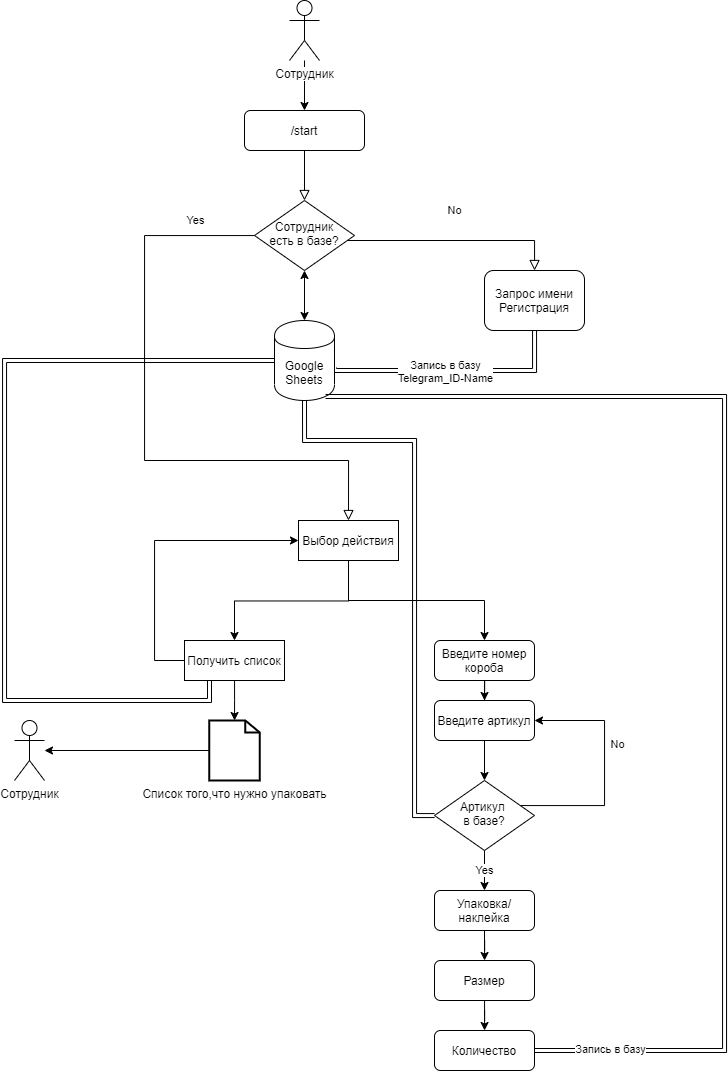
Earlier version of the draw.io export Process.png (skribl5000/TG_Potapovka). Source tidied: cells renumbered, new cells last; positions are measured from the earlier drawing's top-left corner, leaving out a move shared by most shapes. Its diagram source:
```xml
<mxGraphModel>
  <root>
    <mxCell id="0" />
    <mxCell id="1" parent="0" />
    <mxCell id="2" style="rounded=0;html=1;jettySize=auto;fontSize=11;endArrow=block;endFill=0;endSize=8;strokeWidth=1;shadow=0;labelBackgroundColor=none;edgeStyle=orthogonalEdgeStyle;" parent="1" edge="1" source="3" target="6">
      <mxGeometry relative="1" as="geometry" />
    </mxCell>
    <mxCell id="3" value="/start" style="rounded=1;whiteSpace=wrap;html=1;fontSize=12;glass=0;strokeWidth=1;shadow=0;" parent="1" vertex="1">
      <mxGeometry x="240" y="110" width="120" height="40" as="geometry" />
    </mxCell>
    <mxCell id="4" value="Yes" style="rounded=0;html=1;jettySize=auto;fontSize=11;endArrow=block;endFill=0;endSize=8;strokeWidth=1;shadow=0;labelBackgroundColor=none;edgeStyle=orthogonalEdgeStyle;entryX=0.5;entryY=0;entryDx=0;entryDy=0;" parent="1" edge="1" source="6" target="15">
      <mxGeometry x="-0.8" y="-15" relative="1" as="geometry">
        <Array as="points">
          <mxPoint x="140" y="235" />
          <mxPoint x="140" y="460" />
          <mxPoint x="344" y="460" />
        </Array>
      </mxGeometry>
    </mxCell>
    <mxCell id="5" value="No" style="edgeStyle=orthogonalEdgeStyle;rounded=0;html=1;jettySize=auto;fontSize=11;endArrow=block;endFill=0;endSize=8;strokeWidth=1;shadow=0;labelBackgroundColor=none;" parent="1" edge="1" source="6" target="9">
      <mxGeometry x="-0.01" y="30" relative="1" as="geometry">
        <Array as="points">
          <mxPoint x="530" y="240" />
        </Array>
      </mxGeometry>
    </mxCell>
    <mxCell id="6" value="Сотрудник&lt;br&gt;есть в базе?" style="rhombus;whiteSpace=wrap;html=1;shadow=0;fontFamily=Helvetica;fontSize=12;align=center;strokeWidth=1;spacing=6;spacingTop=-4;" parent="1" vertex="1">
      <mxGeometry x="250" y="200" width="100" height="70" as="geometry" />
    </mxCell>
    <mxCell id="7" style="edgeStyle=orthogonalEdgeStyle;rounded=0;jettySize=auto;html=1;shape=link;" parent="1" edge="1" source="9">
      <mxGeometry relative="1" as="geometry">
        <mxPoint x="330" y="367" as="targetPoint" />
        <Array as="points">
          <mxPoint x="530" y="370" />
          <mxPoint x="330" y="370" />
        </Array>
      </mxGeometry>
    </mxCell>
    <mxCell id="8" value="Запись в базу&lt;br&gt;Telegram_ID-Name" style="edgeLabel;html=1;align=center;verticalAlign=middle;" parent="7" vertex="1">
      <mxGeometry x="-0.35" y="12" relative="1" as="geometry">
        <mxPoint x="-51" y="-12" as="offset" />
      </mxGeometry>
    </mxCell>
    <mxCell id="9" value="Запрос имени&lt;br&gt;Регистрация" style="rounded=1;whiteSpace=wrap;html=1;fontSize=12;glass=0;strokeWidth=1;shadow=0;" parent="1" vertex="1">
      <mxGeometry x="480" y="270" width="100" height="60" as="geometry" />
    </mxCell>
    <mxCell id="10" style="edgeStyle=orthogonalEdgeStyle;rounded=0;jettySize=auto;html=1;" parent="1" edge="1" source="11" target="3">
      <mxGeometry relative="1" as="geometry" />
    </mxCell>
    <mxCell id="11" value="Сотрудник" style="shape=umlActor;verticalLabelPosition=bottom;labelBackgroundColor=#ffffff;verticalAlign=top;html=1;outlineConnect=0;" parent="1" vertex="1">
      <mxGeometry x="285" width="30" height="60" as="geometry" />
    </mxCell>
    <mxCell id="12" style="edgeStyle=orthogonalEdgeStyle;rounded=0;jettySize=auto;html=1;entryX=0.25;entryY=1;entryDx=0;entryDy=0;fillColor=#05FF1E;shape=link;" parent="1" edge="1" source="13" target="19">
      <mxGeometry relative="1" as="geometry">
        <Array as="points">
          <mxPoint y="360" />
          <mxPoint y="700" />
          <mxPoint x="205" y="700" />
        </Array>
      </mxGeometry>
    </mxCell>
    <mxCell id="13" value="Google&lt;br&gt;Sheets" style="shape=cylinder;whiteSpace=wrap;html=1;boundedLbl=1;backgroundOutline=1;" parent="1" vertex="1">
      <mxGeometry x="270" y="320" width="60" height="80" as="geometry" />
    </mxCell>
    <mxCell id="14" style="endArrow=classic;startArrow=classic;html=1;exitX=0.5;exitY=1;exitDx=0;exitDy=0;entryX=0.5;entryY=0;entryDx=0;entryDy=0;" parent="1" edge="1" source="6" target="13">
      <mxGeometry relative="1" as="geometry" />
    </mxCell>
    <mxCell id="15" value="Выбор действия" style="whiteSpace=wrap;html=1;" parent="1" vertex="1">
      <mxGeometry x="294" y="520" width="100" height="40" as="geometry" />
    </mxCell>
    <mxCell id="16" style="edgeStyle=elbowEdgeStyle;elbow=vertical;html=1;rounded=0;" parent="1" edge="1" source="15">
      <mxGeometry relative="1" as="geometry">
        <mxPoint x="480" y="640" as="targetPoint" />
        <Array as="points">
          <mxPoint x="410" y="600" />
        </Array>
      </mxGeometry>
    </mxCell>
    <mxCell id="17" style="edgeStyle=orthogonalEdgeStyle;rounded=0;jettySize=auto;html=1;entryX=0;entryY=0.5;entryDx=0;entryDy=0;exitX=0;exitY=0.5;exitDx=0;exitDy=0;" parent="1" edge="1" source="19" target="15">
      <mxGeometry relative="1" as="geometry">
        <Array as="points">
          <mxPoint x="150" y="660" />
          <mxPoint x="150" y="540" />
        </Array>
      </mxGeometry>
    </mxCell>
    <mxCell id="18" style="edgeStyle=orthogonalEdgeStyle;rounded=0;jettySize=auto;html=1;" parent="1" edge="1" source="19" target="22">
      <mxGeometry relative="1" as="geometry" />
    </mxCell>
    <mxCell id="19" value="Получить список" style="whiteSpace=wrap;html=1;" parent="1" vertex="1">
      <mxGeometry x="180" y="640" width="100" height="40" as="geometry" />
    </mxCell>
    <mxCell id="20" style="edgeStyle=elbowEdgeStyle;elbow=vertical;html=1;rounded=0;" parent="1" edge="1" source="15" target="19">
      <mxGeometry relative="1" as="geometry" />
    </mxCell>
    <mxCell id="21" style="edgeStyle=orthogonalEdgeStyle;rounded=0;jettySize=auto;html=1;" parent="1" edge="1" source="22" target="23">
      <mxGeometry relative="1" as="geometry" />
    </mxCell>
    <mxCell id="22" value="Список того,что нужно упаковать" style="html=1;verticalLabelPosition=bottom;align=center;labelBackgroundColor=#ffffff;verticalAlign=top;strokeWidth=2;strokeColor=#000;shadow=0;dashed=0;shape=mxgraph.ios7.icons.document;" parent="1" vertex="1">
      <mxGeometry x="204.8" y="720" width="50.5" height="60" as="geometry" />
    </mxCell>
    <mxCell id="23" value="Сотрудник" style="shape=umlActor;verticalLabelPosition=bottom;labelBackgroundColor=#ffffff;verticalAlign=top;html=1;outlineConnect=0;" parent="1" vertex="1">
      <mxGeometry x="10" y="720" width="30" height="60" as="geometry" />
    </mxCell>
    <mxCell id="24" style="edgeStyle=orthogonalEdgeStyle;rounded=0;jettySize=auto;html=1;entryX=0.5;entryY=0;entryDx=0;entryDy=0;fillColor=#05FF1E;" parent="1" edge="1" source="25" target="27">
      <mxGeometry relative="1" as="geometry" />
    </mxCell>
    <mxCell id="25" value="Введите номер&lt;br&gt;короба" style="rounded=1;whiteSpace=wrap;html=1;" parent="1" vertex="1">
      <mxGeometry x="430" y="640" width="100" height="40" as="geometry" />
    </mxCell>
    <mxCell id="26" style="edgeStyle=orthogonalEdgeStyle;rounded=0;jettySize=auto;html=1;fillColor=#05FF1E;" parent="1" edge="1" source="27" target="36">
      <mxGeometry relative="1" as="geometry" />
    </mxCell>
    <mxCell id="27" value="Введите артикул" style="rounded=1;whiteSpace=wrap;html=1;" parent="1" vertex="1">
      <mxGeometry x="430" y="700" width="100" height="40" as="geometry" />
    </mxCell>
    <mxCell id="28" style="edgeStyle=orthogonalEdgeStyle;rounded=0;jettySize=auto;html=1;exitX=0.5;exitY=1;exitDx=0;exitDy=0;fillColor=#05FF1E;" parent="1" edge="1" source="29" target="31">
      <mxGeometry relative="1" as="geometry" />
    </mxCell>
    <mxCell id="29" value="Упаковка/&lt;br&gt;наклейка" style="rounded=1;whiteSpace=wrap;html=1;" parent="1" vertex="1">
      <mxGeometry x="430" y="890" width="100" height="40" as="geometry" />
    </mxCell>
    <mxCell id="30" style="edgeStyle=orthogonalEdgeStyle;rounded=0;jettySize=auto;html=1;fillColor=#05FF1E;" parent="1" edge="1" source="31" target="39">
      <mxGeometry relative="1" as="geometry" />
    </mxCell>
    <mxCell id="31" value="Размер" style="rounded=1;whiteSpace=wrap;html=1;" parent="1" vertex="1">
      <mxGeometry x="430" y="960" width="100" height="40" as="geometry" />
    </mxCell>
    <mxCell id="32" style="edgeStyle=orthogonalEdgeStyle;rounded=0;jettySize=auto;html=1;entryX=1;entryY=0.5;entryDx=0;entryDy=0;fillColor=#05FF1E;" parent="1" edge="1" source="36" target="27">
      <mxGeometry relative="1" as="geometry">
        <Array as="points">
          <mxPoint x="600" y="805" />
          <mxPoint x="600" y="720" />
        </Array>
      </mxGeometry>
    </mxCell>
    <mxCell id="33" value="No" style="edgeLabel;html=1;align=center;verticalAlign=middle;" parent="32" vertex="1">
      <mxGeometry x="-0.36" y="19" relative="1" as="geometry">
        <mxPoint x="19" y="-43" as="offset" />
      </mxGeometry>
    </mxCell>
    <mxCell id="34" value="Yes" style="edgeStyle=orthogonalEdgeStyle;rounded=0;jettySize=auto;html=1;exitX=0.5;exitY=1;exitDx=0;exitDy=0;entryX=0.5;entryY=0;entryDx=0;entryDy=0;fillColor=#05FF1E;" parent="1" edge="1" source="36" target="29">
      <mxGeometry relative="1" as="geometry" />
    </mxCell>
    <mxCell id="35" style="edgeStyle=orthogonalEdgeStyle;rounded=0;jettySize=auto;html=1;entryX=0.5;entryY=1;entryDx=0;entryDy=0;fillColor=#05FF1E;shape=link;" parent="1" edge="1" source="36" target="13">
      <mxGeometry relative="1" as="geometry">
        <Array as="points">
          <mxPoint x="410" y="815" />
          <mxPoint x="410" y="440" />
          <mxPoint x="300" y="440" />
        </Array>
      </mxGeometry>
    </mxCell>
    <mxCell id="36" value="Артикул &lt;br&gt;в базе?" style="rhombus;whiteSpace=wrap;html=1;shadow=0;fontFamily=Helvetica;fontSize=12;align=center;strokeWidth=1;spacing=6;spacingTop=-4;" parent="1" vertex="1">
      <mxGeometry x="430" y="780" width="100" height="70" as="geometry" />
    </mxCell>
    <mxCell id="37" style="edgeStyle=orthogonalEdgeStyle;rounded=0;jettySize=auto;html=1;entryX=0.85;entryY=0.95;entryDx=0;entryDy=0;entryPerimeter=0;fillColor=#05FF1E;shape=link;" parent="1" edge="1" source="39" target="13">
      <mxGeometry relative="1" as="geometry">
        <Array as="points">
          <mxPoint x="720" y="1050" />
          <mxPoint x="720" y="396" />
        </Array>
      </mxGeometry>
    </mxCell>
    <mxCell id="38" value="Запись в базу" style="edgeLabel;html=1;align=center;verticalAlign=middle;" parent="37" vertex="1">
      <mxGeometry x="-0.88" y="2" relative="1" as="geometry" />
    </mxCell>
    <mxCell id="39" value="Количество" style="rounded=1;whiteSpace=wrap;html=1;" parent="1" vertex="1">
      <mxGeometry x="430" y="1030" width="100" height="40" as="geometry" />
    </mxCell>
  </root>
</mxGraphModel>
```
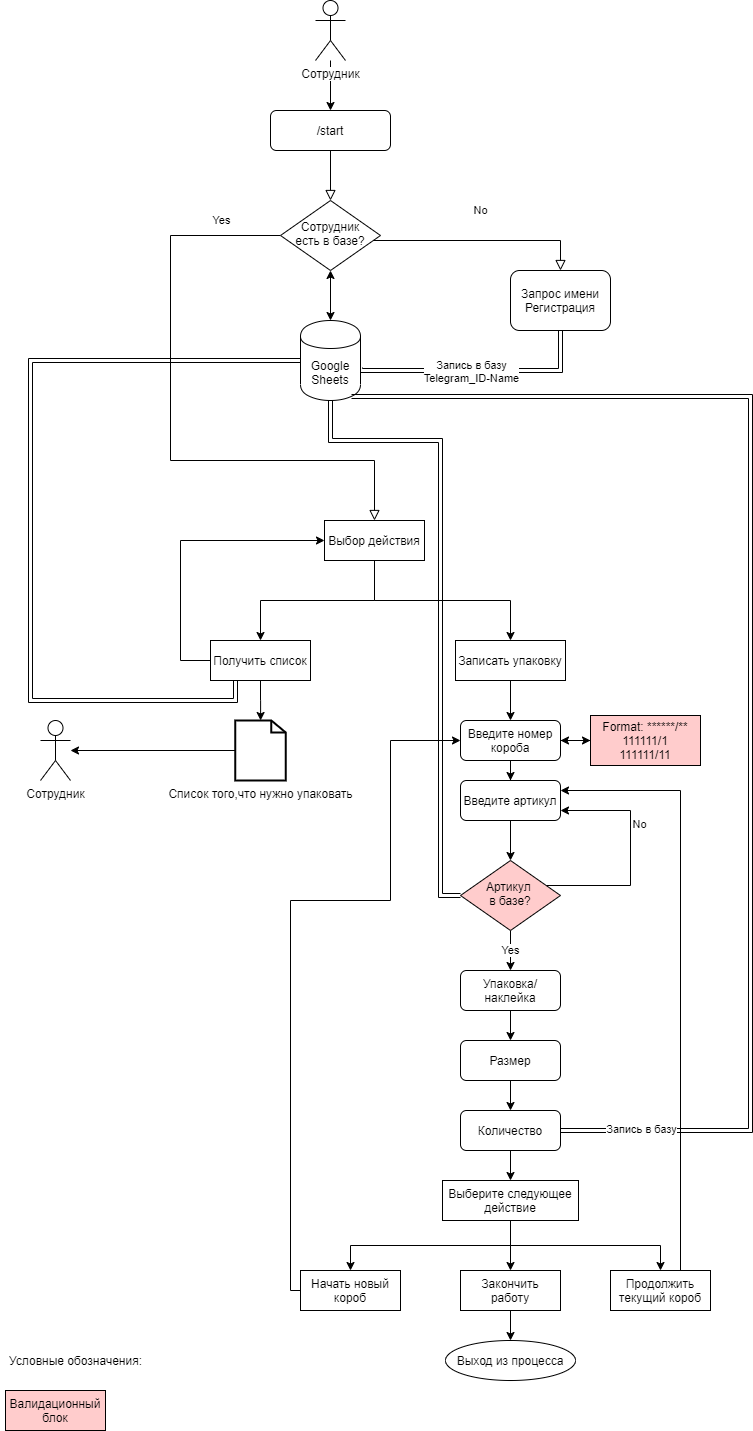
Above is the later version.

Commit message:
process map updated

The edit, as a diff of the source:
```diff
@@ -105,32 +105,37 @@
     <mxCell id="24" style="edgeStyle=orthogonalEdgeStyle;rounded=0;jettySize=auto;html=1;entryX=0.5;entryY=0;entryDx=0;entryDy=0;fillColor=#05FF1E;" parent="1" edge="1" source="25" target="27">
       <mxGeometry relative="1" as="geometry" />
     </mxCell>
+    <mxCell id="40" style="edgeStyle=orthogonalEdgeStyle;rounded=0;jettySize=auto;html=1;" parent="1" edge="1" source="25" target="56">
+      <mxGeometry relative="1" as="geometry" />
+    </mxCell>
     <mxCell id="25" value="Введите номер&lt;br&gt;короба" style="rounded=1;whiteSpace=wrap;html=1;" parent="1" vertex="1">
-      <mxGeometry x="430" y="640" width="100" height="40" as="geometry" />
+      <mxGeometry x="430" y="720" width="100" height="40" as="geometry" />
     </mxCell>
     <mxCell id="26" style="edgeStyle=orthogonalEdgeStyle;rounded=0;jettySize=auto;html=1;fillColor=#05FF1E;" parent="1" edge="1" source="27" target="36">
       <mxGeometry relative="1" as="geometry" />
     </mxCell>
     <mxCell id="27" value="Введите артикул" style="rounded=1;whiteSpace=wrap;html=1;" parent="1" vertex="1">
-      <mxGeometry x="430" y="700" width="100" height="40" as="geometry" />
+      <mxGeometry x="430" y="780" width="100" height="40" as="geometry" />
     </mxCell>
     <mxCell id="28" style="edgeStyle=orthogonalEdgeStyle;rounded=0;jettySize=auto;html=1;exitX=0.5;exitY=1;exitDx=0;exitDy=0;fillColor=#05FF1E;" parent="1" edge="1" source="29" target="31">
       <mxGeometry relative="1" as="geometry" />
     </mxCell>
     <mxCell id="29" value="Упаковка/&lt;br&gt;наклейка" style="rounded=1;whiteSpace=wrap;html=1;" parent="1" vertex="1">
-      <mxGeometry x="430" y="890" width="100" height="40" as="geometry" />
+      <mxGeometry x="430" y="970" width="100" height="40" as="geometry" />
     </mxCell>
     <mxCell id="30" style="edgeStyle=orthogonalEdgeStyle;rounded=0;jettySize=auto;html=1;fillColor=#05FF1E;" parent="1" edge="1" source="31" target="39">
       <mxGeometry relative="1" as="geometry" />
     </mxCell>
     <mxCell id="31" value="Размер" style="rounded=1;whiteSpace=wrap;html=1;" parent="1" vertex="1">
-      <mxGeometry x="430" y="960" width="100" height="40" as="geometry" />
+      <mxGeometry x="430" y="1040" width="100" height="40" as="geometry" />
     </mxCell>
-    <mxCell id="32" style="edgeStyle=orthogonalEdgeStyle;rounded=0;jettySize=auto;html=1;entryX=1;entryY=0.5;entryDx=0;entryDy=0;fillColor=#05FF1E;" parent="1" edge="1" source="36" target="27">
+    <mxCell id="32" style="edgeStyle=orthogonalEdgeStyle;rounded=0;jettySize=auto;html=1;fillColor=#05FF1E;" parent="1" edge="1" source="36">
       <mxGeometry relative="1" as="geometry">
+        <mxPoint x="530" y="810" as="targetPoint" />
         <Array as="points">
-          <mxPoint x="600" y="805" />
-          <mxPoint x="600" y="720" />
+          <mxPoint x="600" y="885" />
+          <mxPoint x="600" y="810" />
+          <mxPoint x="530" y="810" />
         </Array>
       </mxGeometry>
     </mxCell>
@@ -145,19 +150,19 @@
     <mxCell id="35" style="edgeStyle=orthogonalEdgeStyle;rounded=0;jettySize=auto;html=1;entryX=0.5;entryY=1;entryDx=0;entryDy=0;fillColor=#05FF1E;shape=link;" parent="1" edge="1" source="36" target="13">
       <mxGeometry relative="1" as="geometry">
         <Array as="points">
-          <mxPoint x="410" y="815" />
+          <mxPoint x="410" y="895" />
           <mxPoint x="410" y="440" />
           <mxPoint x="300" y="440" />
         </Array>
       </mxGeometry>
     </mxCell>
-    <mxCell id="36" value="Артикул &lt;br&gt;в базе?" style="rhombus;whiteSpace=wrap;html=1;shadow=0;fontFamily=Helvetica;fontSize=12;align=center;strokeWidth=1;spacing=6;spacingTop=-4;" parent="1" vertex="1">
-      <mxGeometry x="430" y="780" width="100" height="70" as="geometry" />
+    <mxCell id="36" value="Артикул &lt;br&gt;в базе?" style="rhombus;whiteSpace=wrap;html=1;shadow=0;fontFamily=Helvetica;fontSize=12;align=center;strokeWidth=1;spacing=6;spacingTop=-4;fillColor=#FFCCCC;" parent="1" vertex="1">
+      <mxGeometry x="430" y="860" width="100" height="70" as="geometry" />
     </mxCell>
     <mxCell id="37" style="edgeStyle=orthogonalEdgeStyle;rounded=0;jettySize=auto;html=1;entryX=0.85;entryY=0.95;entryDx=0;entryDy=0;entryPerimeter=0;fillColor=#05FF1E;shape=link;" parent="1" edge="1" source="39" target="13">
       <mxGeometry relative="1" as="geometry">
         <Array as="points">
-          <mxPoint x="720" y="1050" />
+          <mxPoint x="720" y="1130" />
           <mxPoint x="720" y="396" />
         </Array>
       </mxGeometry>
@@ -165,8 +170,86 @@
     <mxCell id="38" value="Запись в базу" style="edgeLabel;html=1;align=center;verticalAlign=middle;" parent="37" vertex="1">
       <mxGeometry x="-0.88" y="2" relative="1" as="geometry" />
     </mxCell>
+    <mxCell id="41" style="edgeStyle=orthogonalEdgeStyle;rounded=0;jettySize=auto;html=1;" parent="1" edge="1" source="39" target="44">
+      <mxGeometry relative="1" as="geometry" />
+    </mxCell>
     <mxCell id="39" value="Количество" style="rounded=1;whiteSpace=wrap;html=1;" parent="1" vertex="1">
-      <mxGeometry x="430" y="1030" width="100" height="40" as="geometry" />
+      <mxGeometry x="430" y="1110" width="100" height="40" as="geometry" />
     </mxCell>
+    <mxCell id="42" style="edgeStyle=orthogonalEdgeStyle;rounded=0;jettySize=auto;html=1;entryX=0.5;entryY=0;entryDx=0;entryDy=0;" parent="1" edge="1" source="43" target="25">
+      <mxGeometry relative="1" as="geometry" />
+    </mxCell>
+    <mxCell id="43" value="Записать упаковку" style="whiteSpace=wrap;html=1;" parent="1" vertex="1">
+      <mxGeometry x="425" y="640" width="110" height="40" as="geometry" />
+    </mxCell>
+    <mxCell id="44" value="Выберите следующее действие" style="whiteSpace=wrap;html=1;" parent="1" vertex="1">
+      <mxGeometry x="412" y="1180" width="136" height="40" as="geometry" />
+    </mxCell>
+    <mxCell id="45" style="edgeStyle=elbowEdgeStyle;elbow=vertical;html=1;rounded=0;" parent="1" edge="1" source="44" target="50">
+      <mxGeometry relative="1" as="geometry" />
+    </mxCell>
+    <mxCell id="46" style="edgeStyle=elbowEdgeStyle;elbow=vertical;html=1;rounded=0;entryX=0.5;entryY=0;entryDx=0;entryDy=0;" parent="1" edge="1" target="53">
+      <mxGeometry relative="1" as="geometry">
+        <mxPoint x="480" y="1220" as="sourcePoint" />
+        <Array as="points">
+          <mxPoint x="470" y="1245" />
+        </Array>
+      </mxGeometry>
+    </mxCell>
+    <mxCell id="47" style="edgeStyle=orthogonalEdgeStyle;rounded=0;jettySize=auto;html=1;" parent="1" edge="1" source="48">
+      <mxGeometry relative="1" as="geometry">
+        <mxPoint x="530" y="790" as="targetPoint" />
+        <Array as="points">
+          <mxPoint x="650" y="790" />
+          <mxPoint x="530" y="790" />
+        </Array>
+      </mxGeometry>
+    </mxCell>
+    <mxCell id="48" value="Продолжить текущий короб" style="whiteSpace=wrap;html=1;" parent="1" vertex="1">
+      <mxGeometry x="580" y="1270" width="100" height="40" as="geometry" />
+    </mxCell>
+    <mxCell id="49" style="edgeStyle=orthogonalEdgeStyle;rounded=0;jettySize=auto;html=1;entryX=0;entryY=0.5;entryDx=0;entryDy=0;" parent="1" edge="1" source="50" target="25">
+      <mxGeometry relative="1" as="geometry">
+        <Array as="points">
+          <mxPoint x="260" y="1290" />
+          <mxPoint x="260" y="900" />
+          <mxPoint x="360" y="900" />
+          <mxPoint x="360" y="740" />
+        </Array>
+      </mxGeometry>
+    </mxCell>
+    <mxCell id="50" value="Начать новый короб" style="whiteSpace=wrap;html=1;" parent="1" vertex="1">
+      <mxGeometry x="270" y="1270" width="100" height="40" as="geometry" />
+    </mxCell>
+    <mxCell id="51" style="edgeStyle=elbowEdgeStyle;elbow=vertical;html=1;rounded=0;entryX=0.5;entryY=0;entryDx=0;entryDy=0;" parent="1" edge="1" source="44" target="48">
+      <mxGeometry relative="1" as="geometry">
+        <Array as="points">
+          <mxPoint x="640" y="1245" />
+          <mxPoint x="630" y="1245" />
+          <mxPoint x="600" y="1245" />
+        </Array>
+      </mxGeometry>
+    </mxCell>
+    <mxCell id="52" style="edgeStyle=orthogonalEdgeStyle;rounded=0;jettySize=auto;html=1;" parent="1" edge="1" source="53" target="54">
+      <mxGeometry relative="1" as="geometry" />
+    </mxCell>
+    <mxCell id="53" value="Закончить работу" style="whiteSpace=wrap;html=1;" parent="1" vertex="1">
+      <mxGeometry x="430" y="1270" width="100" height="40" as="geometry" />
+    </mxCell>
+    <mxCell id="54" value="Выход из процесса" style="ellipse;whiteSpace=wrap;html=1;" parent="1" vertex="1">
+      <mxGeometry x="415" y="1340" width="130" height="40" as="geometry" />
+    </mxCell>
+    <mxCell id="55" style="edgeStyle=orthogonalEdgeStyle;rounded=0;jettySize=auto;html=1;entryX=1;entryY=0.5;entryDx=0;entryDy=0;" parent="1" edge="1" source="56" target="25">
+      <mxGeometry relative="1" as="geometry" />
+    </mxCell>
+    <mxCell id="56" value="Format: ******/**&lt;br&gt;111111/1&lt;br&gt;111111/11" style="rounded=0;whiteSpace=wrap;html=1;fillColor=#FFCCCC;" parent="1" vertex="1">
+      <mxGeometry x="560" y="715" width="110" height="50" as="geometry" />
+    </mxCell>
+    <mxCell id="57" value="Валидационный блок" style="rounded=0;whiteSpace=wrap;html=1;fillColor=#FFCCCC;" parent="1" vertex="1">
+      <mxGeometry x="-25" y="1390" width="100" height="40" as="geometry" />
+    </mxCell>
+    <mxCell id="58" value="Условные обозначения:" style="text;html=1;align=center;verticalAlign=middle;fillColor=none;strokeColor=none;rounded=0;" parent="1" vertex="1">
+      <mxGeometry x="-30" y="1350" width="150" height="20" as="geometry" />
+    </mxCell>
   </root>
 </mxGraphModel>
```
